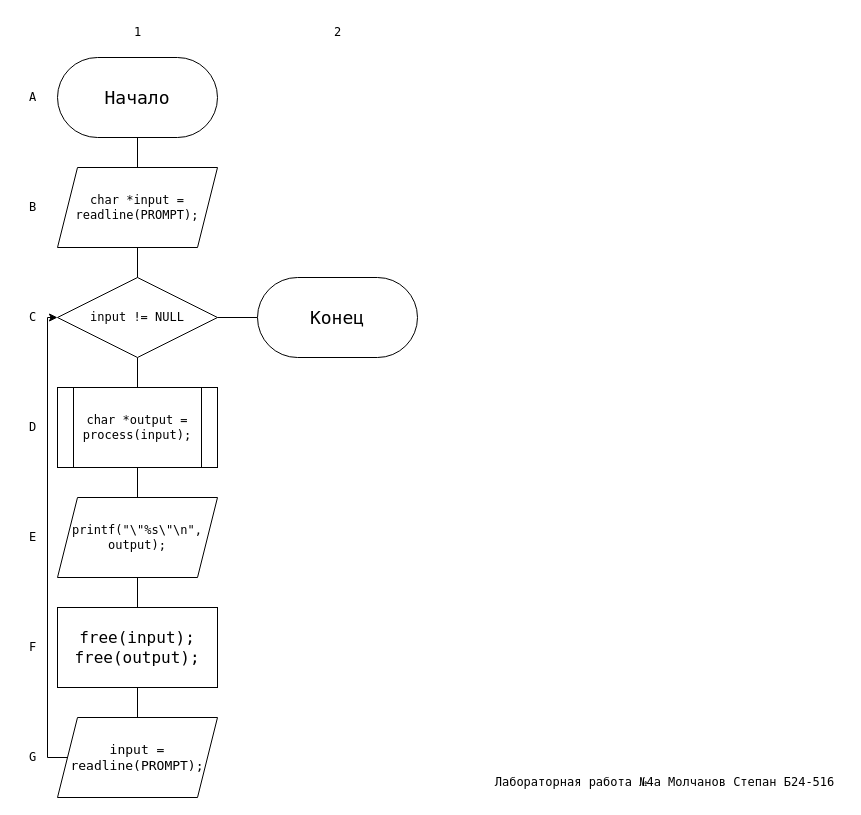
molchanov71/MEPhIflowcharts keeps this draw.io diagram as page "main" (1 of 3) of lab4/flowchartA.drawio. Above is the earlier version. Source tidied: cells renumbered, new cells numbered last; positions are measured from the earlier drawing's top-left corner, leaving out a move shared by most shapes. Both pictures are drawn from the tidied source at 100%, with x=0, y=0 at pixel (17, 17).
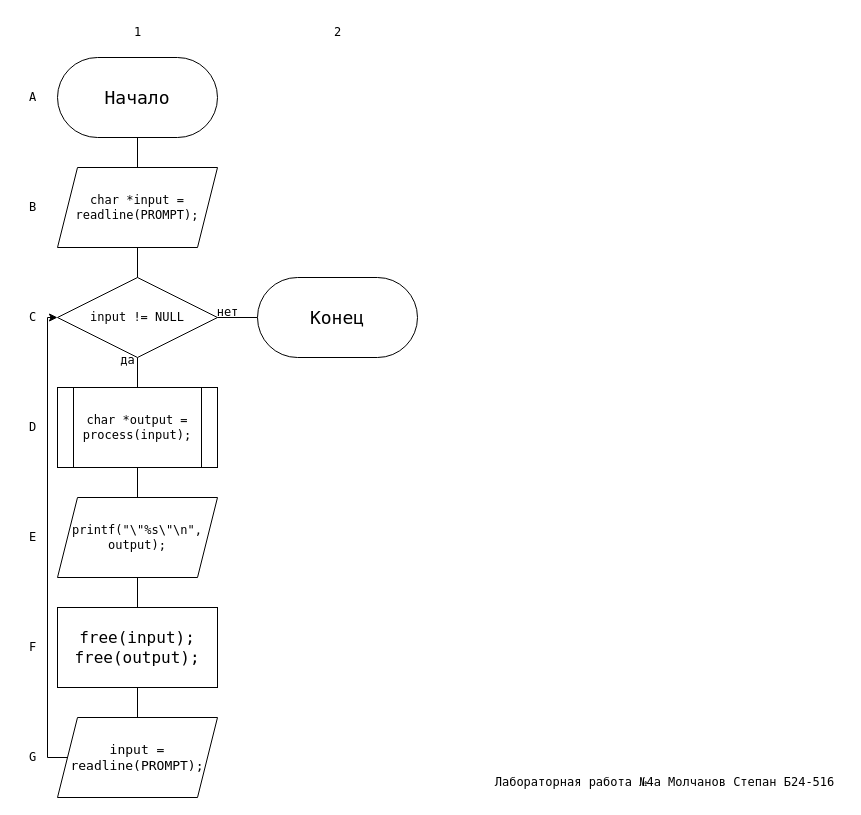
The same page after the edit.

Change to the diagram source:
```diff
@@
+    <mxCell id="28" value="&lt;font face=&quot;Lucida Console&quot;&gt;да&lt;/font&gt;" style="text;html=1;align=center;verticalAlign=middle;strokeColor=none;fillColor=none;" parent="1" vertex="1">
+      <mxGeometry x="90" y="328" width="40" height="30" as="geometry" />
+    </mxCell>
+    <mxCell id="29" value="&lt;font face=&quot;Lucida Console&quot;&gt;нет&lt;/font&gt;" style="text;html=1;align=center;verticalAlign=middle;strokeColor=none;fillColor=none;" parent="1" vertex="1">
+      <mxGeometry x="185" y="280" width="50" height="30" as="geometry" />
+    </mxCell>
```
